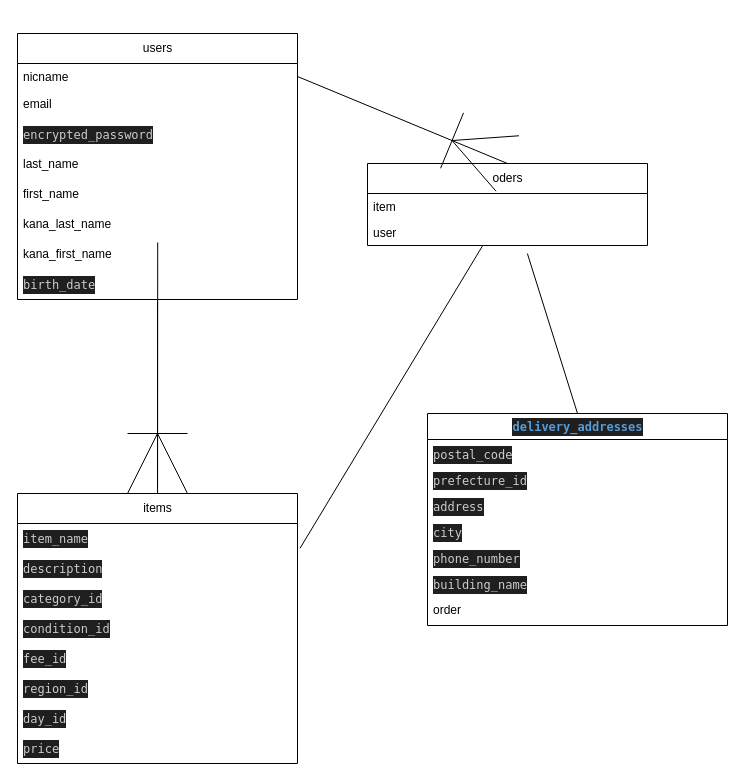
This is furima.dio from yosyncr/furima-39470, a draw.io file, before an edit. Source tidied: cells renumbered, new cells numbered last; positions are measured from the earlier drawing's top-left corner, leaving out a move shared by most shapes. Both pictures are drawn from the tidied source at 100%, with x=0, y=0 at pixel (17, 33).
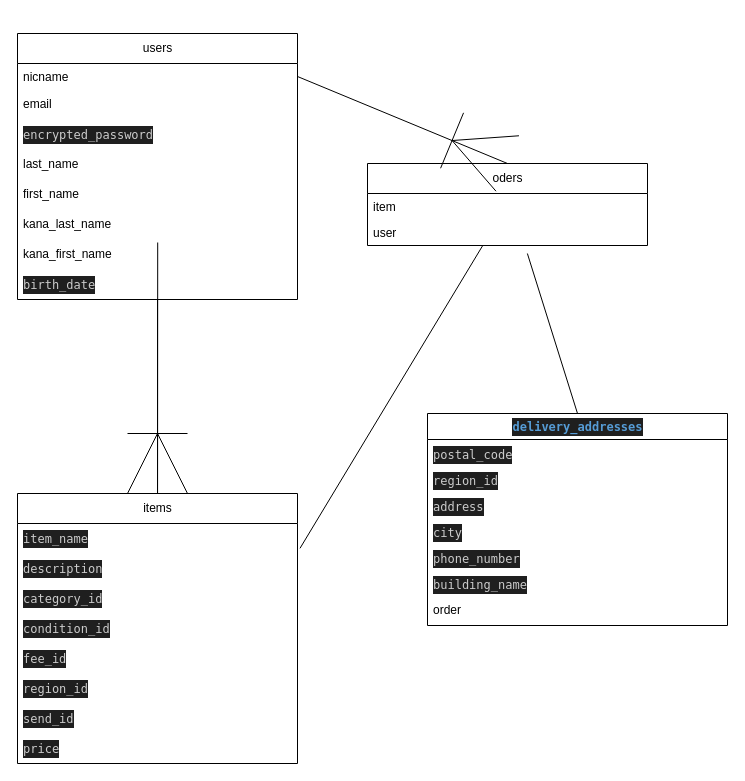
The same diagram, later.

The change refers to these unchanged cells:
```xml
<mxCell id="13" value="items" style="swimlane;fontStyle=0;horizontal=1;startSize=30;fillColor=none;html=1;" parent="1" vertex="1">
  <mxGeometry y="460" width="280" height="270" as="geometry" />
</mxCell>
<mxCell id="28" value="&lt;div style=&quot;color: rgb(204, 204, 204); background-color: rgb(31, 31, 31); font-family: Menlo, Monaco, &amp;quot;Courier New&amp;quot;, monospace; line-height: 18px;&quot;&gt;&lt;span style=&quot;color: #569cd6;font-weight: bold;&quot;&gt;delivery_addresses&lt;/span&gt;&lt;/div&gt;" style="swimlane;fontStyle=0;horizontal=1;startSize=26;fillColor=none;html=1;" parent="1" vertex="1">
  <mxGeometry x="410" y="380" width="300" height="212" as="geometry" />
</mxCell>
```

Diff of the diagram source:
```diff
@@
-    <mxCell id="20" value="&lt;div style=&quot;color: rgb(204, 204, 204); background-color: rgb(31, 31, 31); font-family: Menlo, Monaco, &amp;quot;Courier New&amp;quot;, monospace; line-height: 18px;&quot;&gt;day_id &lt;/div&gt;" style="text;strokeColor=none;fillColor=none;align=left;verticalAlign=middle;spacingLeft=4;spacingRight=4;overflow=hidden;whiteSpace=wrap;html=1;" parent="13" vertex="1">
+    <mxCell id="20" value="&lt;div style=&quot;color: rgb(204, 204, 204); background-color: rgb(31, 31, 31); font-family: Menlo, Monaco, &amp;quot;Courier New&amp;quot;, monospace; line-height: 18px;&quot;&gt;send_id &lt;/div&gt;" style="text;strokeColor=none;fillColor=none;align=left;verticalAlign=middle;spacingLeft=4;spacingRight=4;overflow=hidden;whiteSpace=wrap;html=1;" parent="13" vertex="1">
       <mxGeometry y="210" width="280" height="30" as="geometry" />
     </mxCell>
@@
-    <mxCell id="30" value="&lt;div style=&quot;color: rgb(204, 204, 204); background-color: rgb(31, 31, 31); font-family: Menlo, Monaco, &amp;quot;Courier New&amp;quot;, monospace; line-height: 18px;&quot;&gt;prefecture_id&lt;/div&gt;" style="text;strokeColor=none;fillColor=none;align=left;verticalAlign=top;spacingLeft=4;spacingRight=4;overflow=hidden;whiteSpace=wrap;html=1;" parent="28" vertex="1">
+    <mxCell id="30" value="&lt;div style=&quot;color: rgb(204, 204, 204); background-color: rgb(31, 31, 31); font-family: Menlo, Monaco, &amp;quot;Courier New&amp;quot;, monospace; line-height: 18px;&quot;&gt;&lt;div style=&quot;line-height: 18px;&quot;&gt;region_id&lt;/div&gt;&lt;/div&gt;" style="text;strokeColor=none;fillColor=none;align=left;verticalAlign=top;spacingLeft=4;spacingRight=4;overflow=hidden;whiteSpace=wrap;html=1;" parent="28" vertex="1">
       <mxGeometry y="52" width="300" height="26" as="geometry" />
     </mxCell>
```
